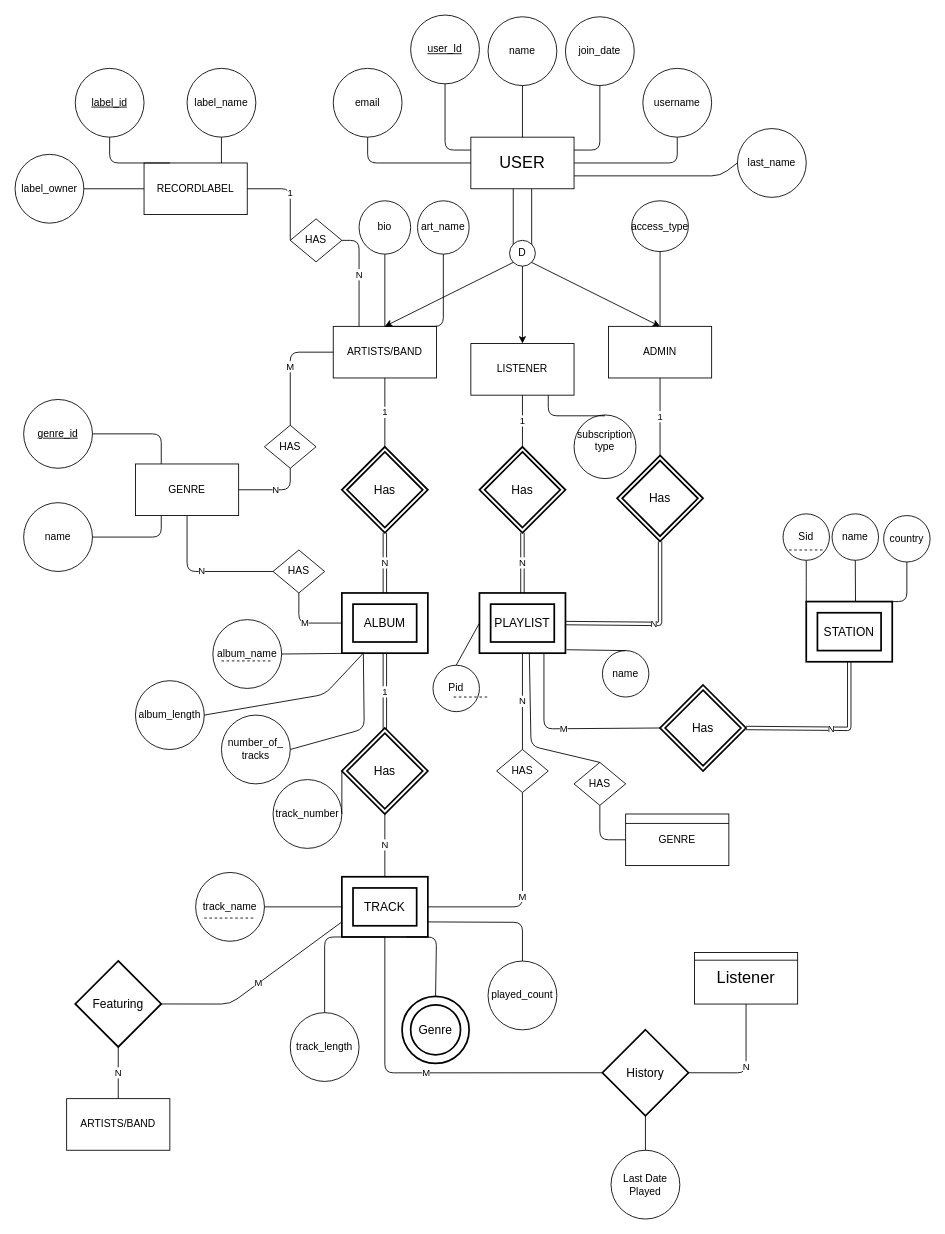
Earlier version of the draw.io diagram Untitled Diagram.drawio (Arianshh/Music_Database). Source tidied: cells renumbered, new cells numbered last; positions are measured from the earlier drawing's top-left corner, leaving out a move shared by most shapes. Both pictures are drawn from the tidied source at 86%, with x=0, y=0 at pixel (15, 15).
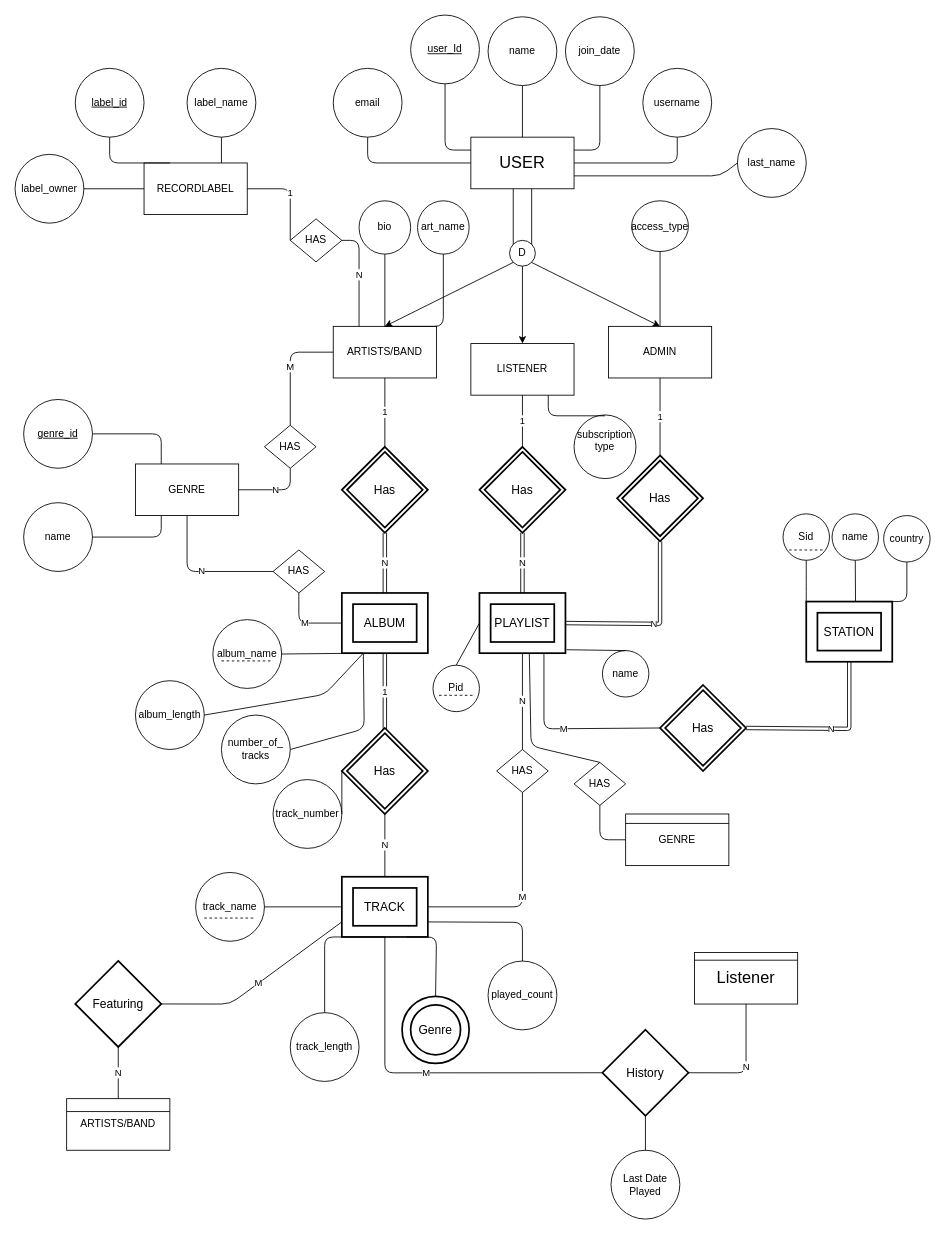
After the change.

The change refers to these unchanged cells:
```xml
<mxCell id="116" value="ARTISTS/BAND" style="rounded=0;whiteSpace=wrap;html=1;" parent="1" vertex="1">
  <mxGeometry x="60" y="1260" width="120" height="60" as="geometry" />
</mxCell>
```

Diff of the diagram source:
```diff
@@
     <mxCell id="87" style="endArrow=none;dashed=1;html=1;" parent="1" edge="1">
       <mxGeometry relative="1" as="geometry">
-        <mxPoint x="510" y="793" as="sourcePoint" />
-        <mxPoint x="550" y="793" as="targetPoint" />
+        <mxPoint x="493" y="791" as="sourcePoint" />
+        <mxPoint x="533" y="791" as="targetPoint" />
       </mxGeometry>
     </mxCell>
@@
+    <mxCell id="120" style="endArrow=none;html=1;entryX=1;entryY=0.25;entryDx=0;entryDy=0;exitX=0;exitY=0.25;exitDx=0;exitDy=0;" parent="1" edge="1" source="116" target="116">
+      <mxGeometry relative="1" as="geometry" />
+    </mxCell>
```
